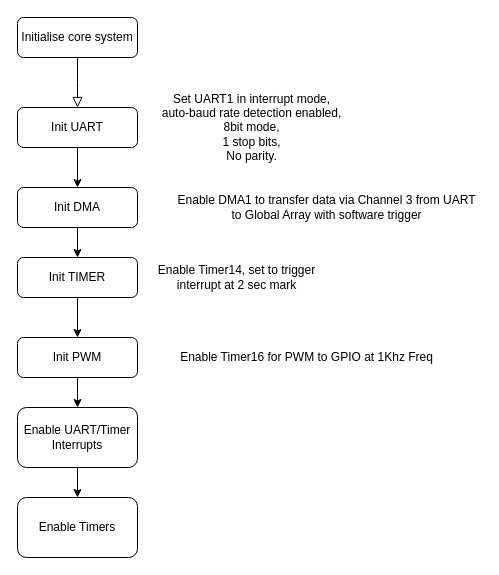
Above: page "Init" (1 of 6) of Documentation/Flowchart.drawio in nagars/CPDM-IISc (draw.io), before the change. Source tidied: cells renumbered, new cells numbered last; positions are measured from the earlier drawing's top-left corner, leaving out a move shared by most shapes. Both pictures are drawn from the tidied source at 100%, with x=0, y=0 at pixel (17, 17).
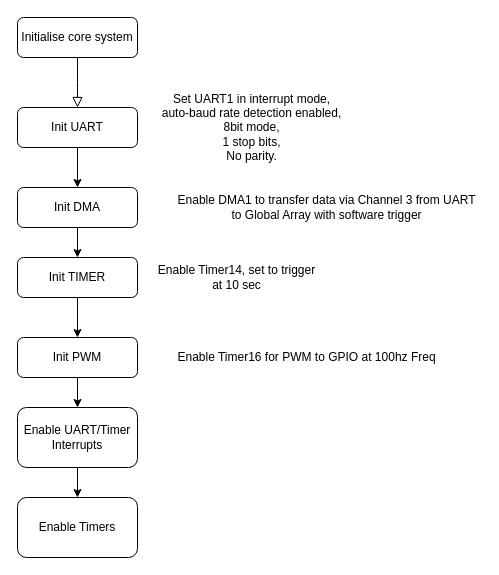
Above is the later version.

The edit, as a diff of the source:
```diff
@@
 <mxGraphModel>
   <root>
     <mxCell id="0" />
     <mxCell id="1" parent="0" />
     <mxCell id="2" style="rounded=0;html=1;jettySize=auto;fontSize=11;endArrow=block;endFill=0;endSize=8;strokeWidth=1;shadow=0;labelBackgroundColor=none;edgeStyle=orthogonalEdgeStyle;" parent="1" edge="1" source="3">
       <mxGeometry relative="1" as="geometry">
         <mxPoint x="60" y="90" as="targetPoint" />
       </mxGeometry>
     </mxCell>
     <mxCell id="3" value="Initialise core system" style="rounded=1;whiteSpace=wrap;html=1;fontSize=12;glass=0;strokeWidth=1;shadow=0;" parent="1" vertex="1">
       <mxGeometry width="120" height="40" as="geometry" />
     </mxCell>
     <mxCell id="4" style="edgeStyle=orthogonalEdgeStyle;rounded=0;jettySize=auto;html=1;" parent="1" edge="1" source="5" target="9">
       <mxGeometry relative="1" as="geometry" />
     </mxCell>
     <mxCell id="5" value="Init UART" style="rounded=1;whiteSpace=wrap;html=1;fontSize=12;glass=0;strokeWidth=1;shadow=0;" parent="1" vertex="1">
       <mxGeometry y="90" width="120" height="40" as="geometry" />
     </mxCell>
     <mxCell id="6" style="edgeStyle=orthogonalEdgeStyle;rounded=0;jettySize=auto;html=1;" parent="1" edge="1" source="7" target="17">
       <mxGeometry relative="1" as="geometry" />
     </mxCell>
     <mxCell id="7" value="Init PWM" style="rounded=1;whiteSpace=wrap;html=1;fontSize=12;glass=0;strokeWidth=1;shadow=0;" parent="1" vertex="1">
       <mxGeometry y="320" width="120" height="40" as="geometry" />
     </mxCell>
     <mxCell id="8" style="edgeStyle=orthogonalEdgeStyle;rounded=0;jettySize=auto;html=1;" parent="1" edge="1" source="9" target="13">
       <mxGeometry relative="1" as="geometry" />
     </mxCell>
     <mxCell id="9" value="Init DMA" style="rounded=1;whiteSpace=wrap;html=1;fontSize=12;glass=0;strokeWidth=1;shadow=0;" parent="1" vertex="1">
       <mxGeometry y="170" width="120" height="40" as="geometry" />
     </mxCell>
     <mxCell id="10" value="Set UART1 in interrupt mode, &lt;br&gt;auto-baud rate detection enabled,&lt;br&gt;8bit mode,&lt;br&gt;1 stop bits,&lt;br&gt;No parity." style="text;html=1;align=center;verticalAlign=middle;" parent="1" vertex="1">
       <mxGeometry x="139" y="70" width="190" height="80" as="geometry" />
     </mxCell>
     <mxCell id="11" value="Enable DMA1 to transfer data via Channel 3 from UART &lt;br&gt;to Global Array with software trigger" style="text;html=1;align=center;verticalAlign=middle;" parent="1" vertex="1">
       <mxGeometry x="154" y="175" width="310" height="30" as="geometry" />
     </mxCell>
     <mxCell id="12" style="edgeStyle=orthogonalEdgeStyle;rounded=0;jettySize=auto;html=1;" parent="1" edge="1" source="13" target="7">
       <mxGeometry relative="1" as="geometry" />
     </mxCell>
     <mxCell id="13" value="Init TIMER" style="rounded=1;whiteSpace=wrap;html=1;fontSize=12;glass=0;strokeWidth=1;shadow=0;" parent="1" vertex="1">
       <mxGeometry y="240" width="120" height="40" as="geometry" />
     </mxCell>
-    <mxCell id="14" value="Enable Timer14, set to trigger &lt;br&gt;interrupt at 2 sec mark" style="text;html=1;align=center;verticalAlign=middle;" parent="1" vertex="1">
+    <mxCell id="14" value="Enable Timer14, set to trigger &lt;br&gt;at 10 sec" style="text;html=1;align=center;verticalAlign=middle;" parent="1" vertex="1">
       <mxGeometry x="134" y="245" width="170" height="30" as="geometry" />
     </mxCell>
-    <mxCell id="15" value="Enable Timer16 for PWM to GPIO at 1Khz Freq" style="text;html=1;align=center;verticalAlign=middle;" parent="1" vertex="1">
+    <mxCell id="15" value="Enable Timer16 for PWM to GPIO at 100hz Freq" style="text;html=1;align=center;verticalAlign=middle;" parent="1" vertex="1">
       <mxGeometry x="154" y="330" width="270" height="20" as="geometry" />
     </mxCell>
     <mxCell id="16" style="edgeStyle=orthogonalEdgeStyle;rounded=0;jettySize=auto;html=1;" parent="1" edge="1" source="17" target="18">
       <mxGeometry relative="1" as="geometry" />
     </mxCell>
     <mxCell id="17" value="Enable UART/Timer Interrupts" style="whiteSpace=wrap;html=1;rounded=1;shadow=0;strokeWidth=1;glass=0;" parent="1" vertex="1">
       <mxGeometry y="390" width="120" height="60" as="geometry" />
     </mxCell>
     <mxCell id="18" value="Enable Timers" style="whiteSpace=wrap;html=1;rounded=1;shadow=0;strokeWidth=1;glass=0;" parent="1" vertex="1">
       <mxGeometry y="480" width="120" height="60" as="geometry" />
     </mxCell>
   </root>
 </mxGraphModel>
```
